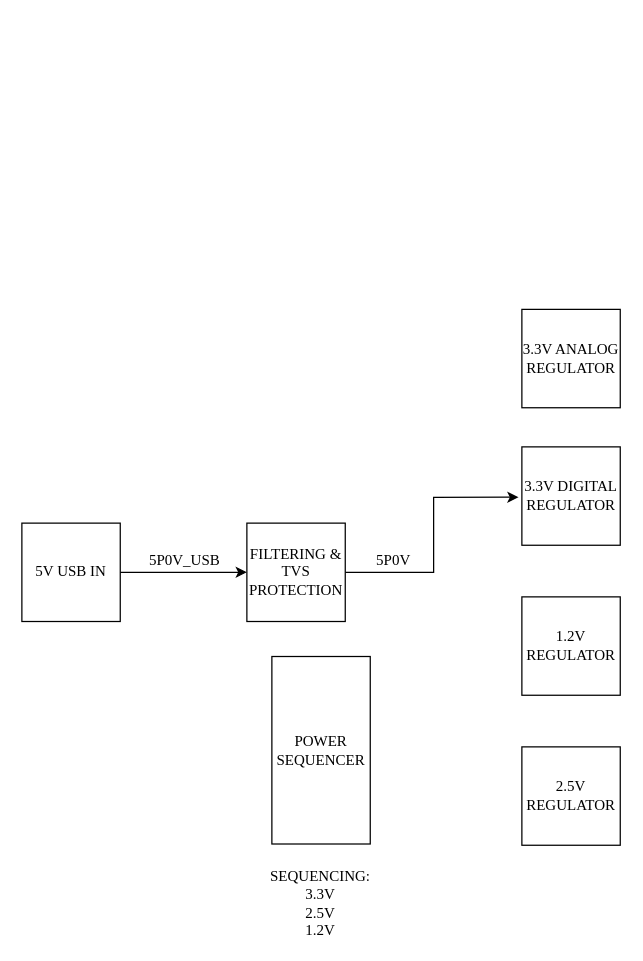
Before: page "Power" (2 of 4) of 1_hw/01_block_diagram/arb.drawio in brzyzek/arb, a draw.io diagram. Source tidied: cells renumbered, new cells numbered last; positions are measured from the earlier drawing's top-left corner, leaving out a move shared by most shapes. Both pictures are drawn from the tidied source at 125%, with x=0, y=0 at pixel (21, 309).
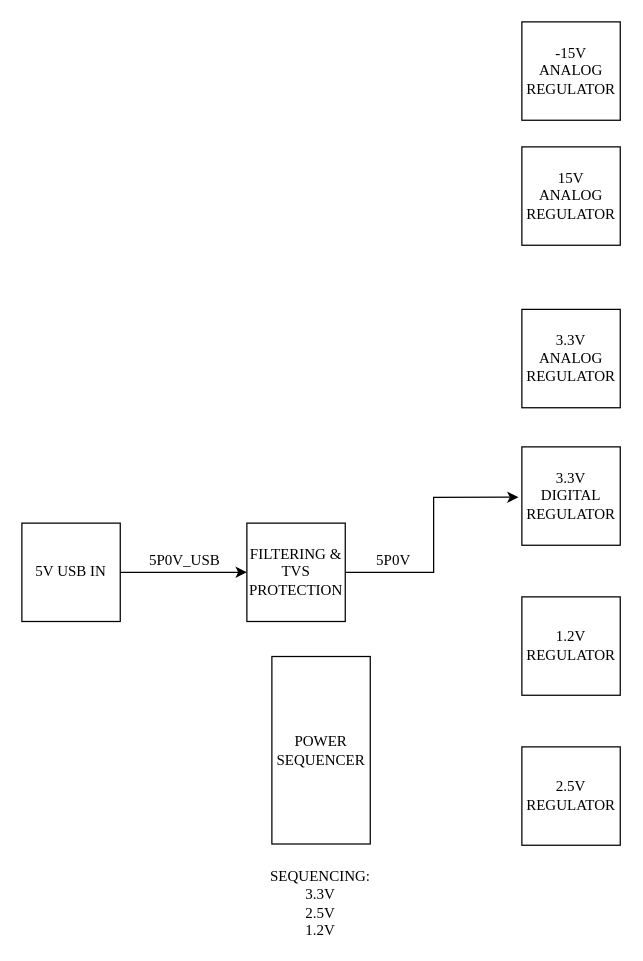
The same page after the edit.

Diff of the diagram source:
```diff
@@
 <mxGraphModel>
   <root>
     <mxCell id="0" />
     <mxCell id="1" parent="0" />
     <mxCell id="2" value="1.2&lt;span style=&quot;background-color: initial;&quot;&gt;V REGULATOR&lt;/span&gt;" style="rounded=0;whiteSpace=wrap;html=1;fontFamily=Times New Roman;glass=0;shadow=0;" parent="1" vertex="1">
       <mxGeometry x="400" y="230" width="78.7" height="78.7" as="geometry" />
     </mxCell>
-    <mxCell id="3" value="3.3&lt;span style=&quot;background-color: initial;&quot;&gt;V DIGITAL REGULATOR&lt;/span&gt;" style="rounded=0;whiteSpace=wrap;html=1;fontFamily=Times New Roman;glass=0;shadow=0;" parent="1" vertex="1">
+    <mxCell id="3" value="3.3&lt;span style=&quot;background-color: initial;&quot;&gt;V&lt;/span&gt;&lt;div&gt;&lt;span style=&quot;background-color: initial;&quot;&gt;DIGITAL REGULATOR&lt;/span&gt;&lt;/div&gt;" style="rounded=0;whiteSpace=wrap;html=1;fontFamily=Times New Roman;glass=0;shadow=0;" parent="1" vertex="1">
       <mxGeometry x="400" y="110" width="78.7" height="78.7" as="geometry" />
     </mxCell>
     <mxCell id="4" style="edgeStyle=orthogonalEdgeStyle;rounded=0;jettySize=auto;html=1;entryX=0;entryY=0.5;entryDx=0;entryDy=0;fontFamily=Times New Roman;fontSize=12;fontColor=default;" parent="1" edge="1" source="6" target="9">
       <mxGeometry relative="1" as="geometry" />
     </mxCell>
     <mxCell id="5" value="5P0V_USB" style="edgeLabel;html=1;align=center;verticalAlign=middle;strokeColor=default;fontFamily=Times New Roman;fontSize=12;fontColor=default;fillColor=default;" parent="4" vertex="1">
       <mxGeometry x="0.11" y="-2" relative="1" as="geometry">
         <mxPoint x="-5" y="-12" as="offset" />
       </mxGeometry>
     </mxCell>
     <mxCell id="6" value="5V USB IN" style="rounded=0;whiteSpace=wrap;html=1;fontFamily=Times New Roman;glass=0;shadow=0;" parent="1" vertex="1">
       <mxGeometry y="171" width="78.7" height="78.7" as="geometry" />
     </mxCell>
     <mxCell id="7" style="edgeStyle=orthogonalEdgeStyle;rounded=0;jettySize=auto;html=1;fontFamily=Times New Roman;fontSize=12;fontColor=default;entryX=-0.034;entryY=0.512;entryDx=0;entryDy=0;entryPerimeter=0;" parent="1" edge="1" source="9" target="3">
       <mxGeometry relative="1" as="geometry" />
     </mxCell>
     <mxCell id="8" value="5P0V" style="edgeLabel;html=1;align=center;verticalAlign=middle;strokeColor=default;fontFamily=Times New Roman;fontSize=12;fontColor=default;fillColor=default;" parent="7" vertex="1">
       <mxGeometry x="-0.62" y="-2" relative="1" as="geometry">
         <mxPoint y="-12" as="offset" />
       </mxGeometry>
     </mxCell>
     <mxCell id="9" value="FILTERING &amp;amp; TVS PROTECTION" style="rounded=0;whiteSpace=wrap;html=1;fontFamily=Times New Roman;glass=0;shadow=0;" parent="1" vertex="1">
       <mxGeometry x="180" y="171" width="78.7" height="78.7" as="geometry" />
     </mxCell>
-    <mxCell id="10" value="3.3&lt;span style=&quot;background-color: initial;&quot;&gt;V ANALOG REGULATOR&lt;/span&gt;" style="rounded=0;whiteSpace=wrap;html=1;fontFamily=Times New Roman;glass=0;shadow=0;" parent="1" vertex="1">
+    <mxCell id="10" value="3.3&lt;span style=&quot;background-color: initial;&quot;&gt;V&lt;/span&gt;&lt;div&gt;&lt;span style=&quot;background-color: initial;&quot;&gt;ANALOG REGULATOR&lt;/span&gt;&lt;/div&gt;" style="rounded=0;whiteSpace=wrap;html=1;fontFamily=Times New Roman;glass=0;shadow=0;" parent="1" vertex="1">
       <mxGeometry x="400" width="78.7" height="78.7" as="geometry" />
     </mxCell>
     <mxCell id="11" value="&lt;span style=&quot;background-color: initial;&quot;&gt;2.5V REGULATOR&lt;/span&gt;" style="rounded=0;whiteSpace=wrap;html=1;fontFamily=Times New Roman;glass=0;shadow=0;" parent="1" vertex="1">
       <mxGeometry x="400" y="350" width="78.7" height="78.7" as="geometry" />
     </mxCell>
     <mxCell id="12" value="POWER SEQUENCER" style="rounded=0;whiteSpace=wrap;html=1;fontFamily=Times New Roman;glass=0;shadow=0;" parent="1" vertex="1">
       <mxGeometry x="200" y="277.7" width="78.7" height="150" as="geometry" />
     </mxCell>
     <mxCell id="13" value="SEQUENCING:&lt;div&gt;3.3V&lt;/div&gt;&lt;div&gt;2.5V&lt;/div&gt;&lt;div&gt;1.2V&lt;/div&gt;" style="text;strokeColor=none;align=center;fillColor=none;html=1;verticalAlign=middle;whiteSpace=wrap;rounded=0;fontFamily=Times New Roman;" parent="1" vertex="1">
       <mxGeometry x="209.4" y="460" width="60" height="30" as="geometry" />
     </mxCell>
+    <mxCell id="14" value="&lt;span style=&quot;background-color: initial;&quot;&gt;15V&lt;/span&gt;&lt;div&gt;&lt;span style=&quot;background-color: initial;&quot;&gt;ANALOG REGULATOR&lt;/span&gt;&lt;/div&gt;" style="rounded=0;whiteSpace=wrap;html=1;fontFamily=Times New Roman;glass=0;shadow=0;" parent="1" vertex="1">
+      <mxGeometry x="400" y="-130" width="78.7" height="78.7" as="geometry" />
+    </mxCell>
+    <mxCell id="15" value="&lt;span style=&quot;background-color: initial;&quot;&gt;-15V ANALOG REGULATOR&lt;/span&gt;" style="rounded=0;whiteSpace=wrap;html=1;fontFamily=Times New Roman;glass=0;shadow=0;" parent="1" vertex="1">
+      <mxGeometry x="400" y="-230" width="78.7" height="78.7" as="geometry" />
+    </mxCell>
   </root>
 </mxGraphModel>
```
